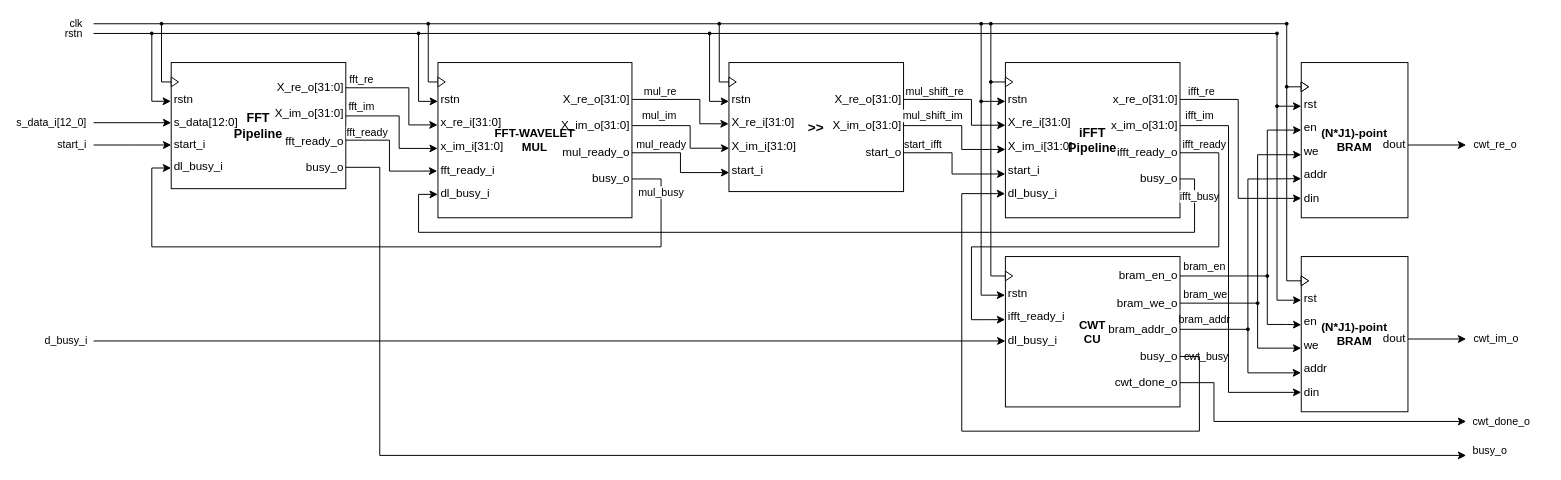
The draw.io diagram 01_doc/03_drawings/01_design/cwt/cwt.drawio in Diogofernandes5/mthesis, before the edit. Source tidied: cells renumbered, new cells numbered last; positions are measured from the earlier drawing's top-left corner, leaving out a move shared by most shapes. Both pictures are drawn from the tidied source at 97%, with x=0, y=0 at pixel (93, 23).
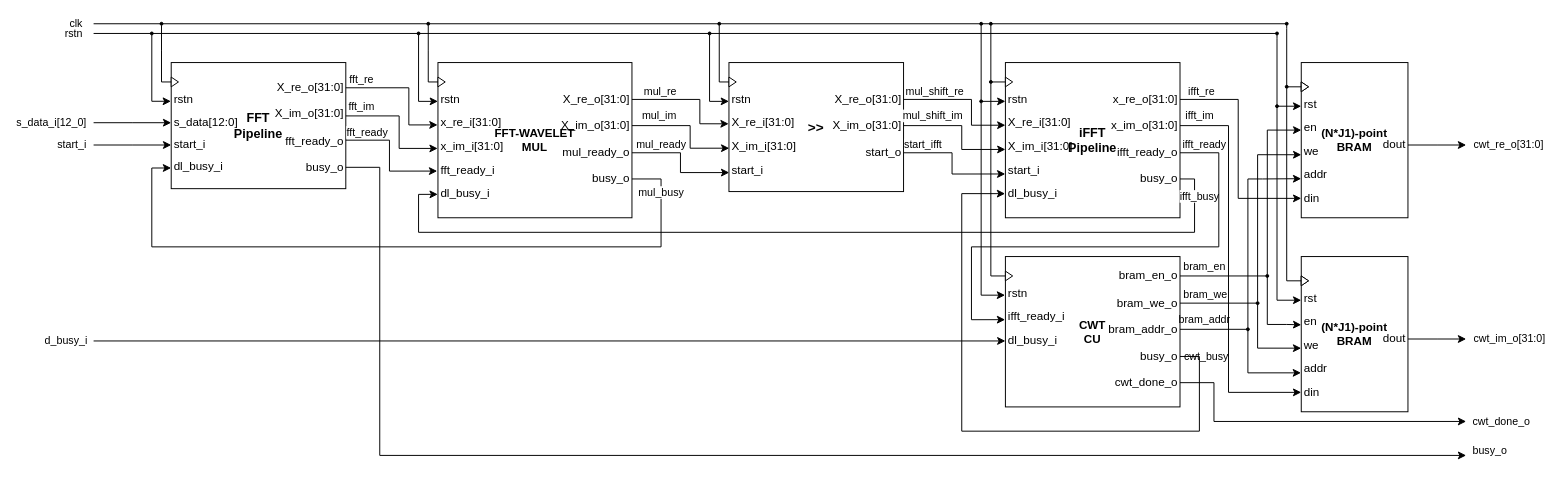
The same page after the edit.

Unchanged cells that the change refers to:
```xml
<mxCell id="75" value="dout" style="text;html=1;align=right;verticalAlign=middle;points=[];strokeColor=none;fillColor=none;fontFamily=NewsGotT;fontSize=12;fontColor=default;spacing=0;spacingRight=3;spacingLeft=-9;spacingBottom=-2;spacingTop=-2;" parent="1" vertex="1">
  <mxGeometry x="1330" y="115" width="25" height="20" as="geometry" />
</mxCell>
<mxCell id="102" value="dout" style="text;html=1;align=right;verticalAlign=middle;points=[];strokeColor=none;fillColor=none;fontFamily=NewsGotT;fontSize=12;fontColor=default;spacing=0;spacingRight=3;spacingLeft=-9;spacingBottom=-2;spacingTop=-2;" parent="1" vertex="1">
  <mxGeometry x="1330" y="315" width="25" height="20" as="geometry" />
</mxCell>
```

The edit, as a diff of the source:
```diff
@@
-    <mxCell id="74" value="cwt_re_o" style="edgeStyle=orthogonalEdgeStyle;rounded=0;jettySize=auto;html=1;align=left;fontFamily=NewsGotT;" parent="1" edge="1" source="75">
+    <mxCell id="74" value="cwt_re_o[31:0]" style="edgeStyle=orthogonalEdgeStyle;rounded=0;jettySize=auto;html=1;align=left;fontFamily=NewsGotT;" parent="1" edge="1" source="75">
       <mxGeometry x="1" y="-5" relative="1" as="geometry">
         <mxPoint x="1415" y="125" as="targetPoint" />
         <mxPoint x="5" y="-5" as="offset" />
       </mxGeometry>
     </mxCell>
@@
-    <mxCell id="101" value="cwt_im_o" style="edgeStyle=orthogonalEdgeStyle;rounded=0;jettySize=auto;html=1;align=left;fontFamily=NewsGotT;" parent="1" edge="1" source="102">
+    <mxCell id="101" value="cwt_im_o[31:0]" style="edgeStyle=orthogonalEdgeStyle;rounded=0;jettySize=auto;html=1;align=left;fontFamily=NewsGotT;" parent="1" edge="1" source="102">
       <mxGeometry x="1" y="-5" relative="1" as="geometry">
         <mxPoint x="1415" y="325" as="targetPoint" />
         <mxPoint x="5" y="-5" as="offset" />
       </mxGeometry>
     </mxCell>
```
